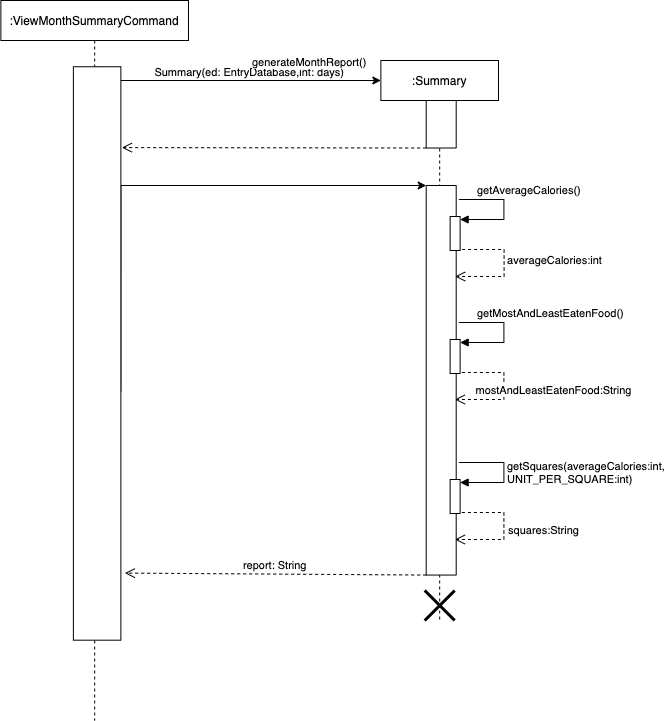
praj-bellakka/tp keeps this draw.io diagram as docs/diagrams-DG/weekly report.png. Above is the earlier version. Source tidied: cells renumbered, new cells last; positions are measured from the earlier drawing's top-left corner, leaving out a move shared by most shapes.
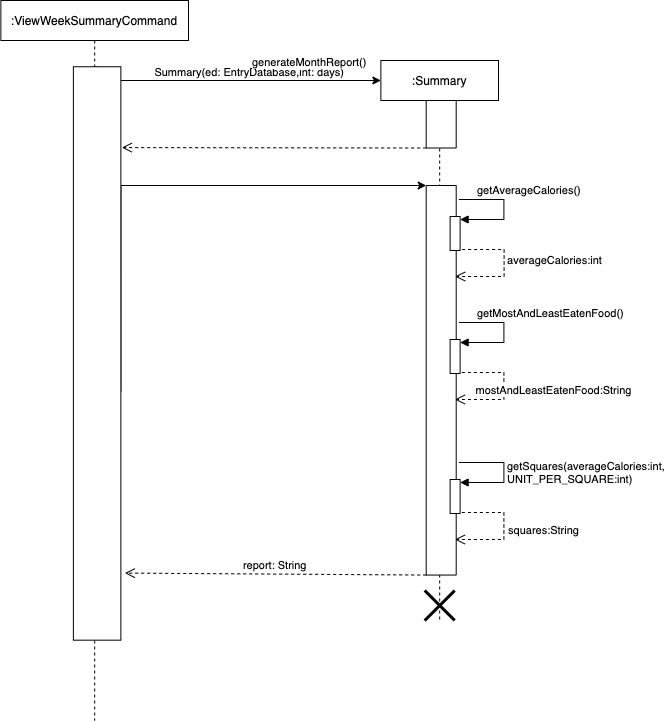
After the commit.

Commit message:
update summary UML diagram

Diff of the diagram source:
```diff
@@ -115,7 +115,7 @@
         <mxPoint x="130" y="-321" as="offset" />
       </mxGeometry>
     </mxCell>
-    <mxCell id="20" value=":ViewMonthSummaryCommand" style="shape=umlLifeline;perimeter=lifelinePerimeter;whiteSpace=wrap;html=1;" parent="1" vertex="1">
+    <mxCell id="20" value=":ViewWeekSummaryCommand" style="shape=umlLifeline;perimeter=lifelinePerimeter;whiteSpace=wrap;html=1;" parent="1" vertex="1">
       <mxGeometry x="190.4" width="187.6" height="720" as="geometry" />
     </mxCell>
     <mxCell id="21" style="rounded=0;whiteSpace=wrap;html=1;rotation=90;" parent="20" vertex="1">
```
